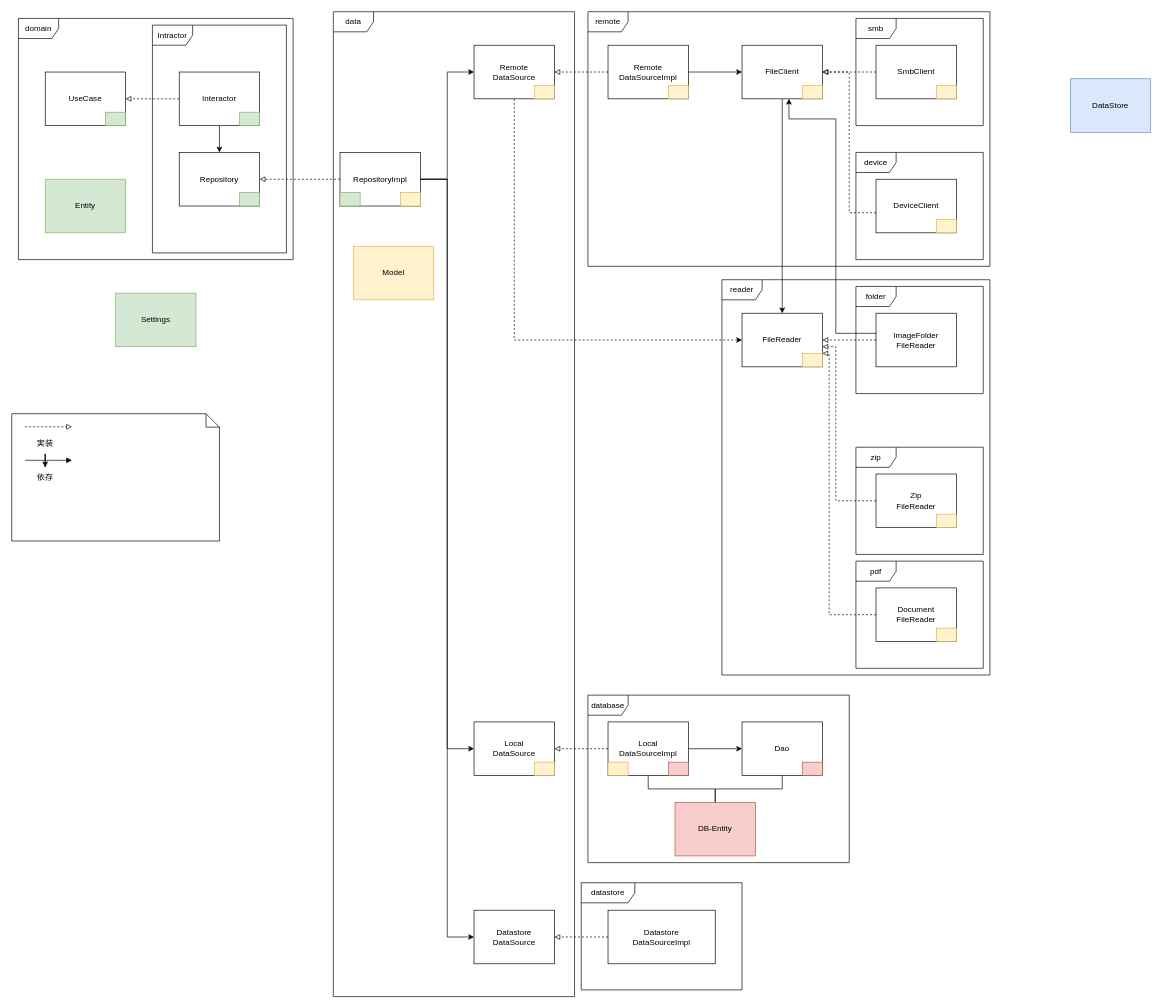
Before: docs/architecture.drawio in SorrowBlue/remove_history, a draw.io diagram. Source tidied: cells renumbered, new cells numbered last; positions are measured from the earlier drawing's top-left corner, leaving out a move shared by most shapes. Both pictures are drawn from the tidied source at 67%, with x=0, y=0 at pixel (11, 11).
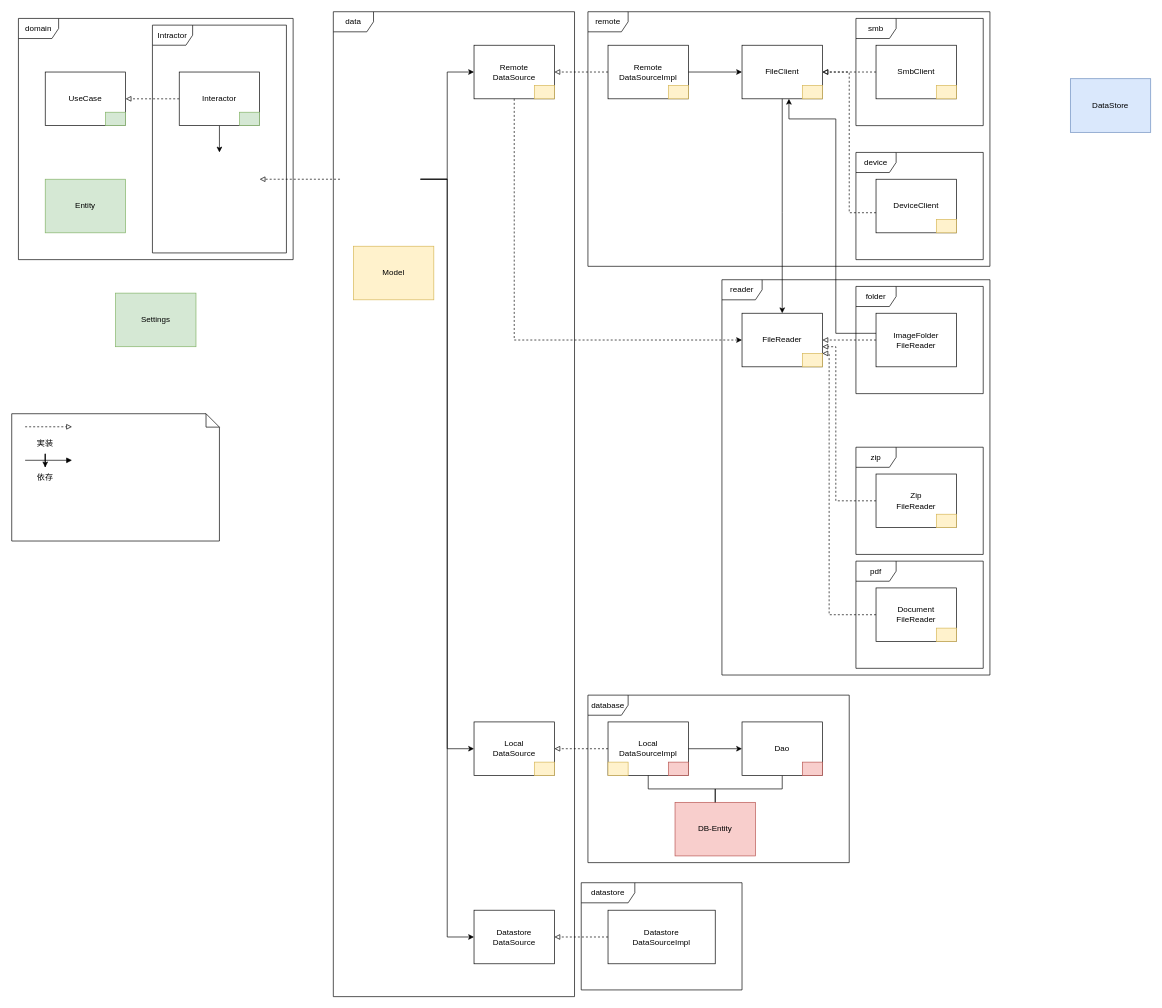
Above is the later version.

The change refers to these unchanged cells:
```xml
<mxCell id="13" value="Interactor" style="rounded=0;whiteSpace=wrap;html=1;" parent="1" vertex="1">
  <mxGeometry x="250" y="90" width="120" height="80" as="geometry" />
</mxCell>
<mxCell id="17" value="Remote&lt;br&gt;DataSource" style="rounded=0;whiteSpace=wrap;html=1;" parent="1" vertex="1">
  <mxGeometry x="690" y="50" width="120" height="80" as="geometry" />
</mxCell>
<mxCell id="18" value="Local&lt;br&gt;DataSource" style="rounded=0;whiteSpace=wrap;html=1;" parent="1" vertex="1">
  <mxGeometry x="690" y="1060" width="120" height="80" as="geometry" />
</mxCell>
<mxCell id="72" value="Datastore&lt;br&gt;DataSource" style="rounded=0;whiteSpace=wrap;html=1;" parent="1" vertex="1">
  <mxGeometry x="690" y="1341" width="120" height="80" as="geometry" />
</mxCell>
```

Diff of the diagram source:
```diff
@@
-    <mxCell id="12" style="edgeStyle=orthogonalEdgeStyle;rounded=0;jettySize=auto;html=1;" parent="1" edge="1" source="13" target="14">
-      <mxGeometry relative="1" as="geometry" />
+    <mxCell id="12" style="edgeStyle=orthogonalEdgeStyle;rounded=0;jettySize=auto;html=1;" parent="1" edge="1" source="13">
+      <mxGeometry relative="1" as="geometry">
+        <mxPoint x="310" y="210" as="targetPoint" />
+      </mxGeometry>
     </mxCell>
@@
-    <mxCell id="14" value="Repository" style="rounded=0;whiteSpace=wrap;html=1;" parent="1" vertex="1">
-      <mxGeometry x="250" y="210" width="120" height="80" as="geometry" />
-    </mxCell>
-    <mxCell id="15" style="edgeStyle=orthogonalEdgeStyle;rounded=0;jettySize=auto;html=1;dashed=1;entryX=1;entryY=0.5;entryDx=0;entryDy=0;endArrow=block;endFill=0;" parent="1" edge="1" source="16" target="14">
-      <mxGeometry relative="1" as="geometry" />
+    <mxCell id="15" style="edgeStyle=orthogonalEdgeStyle;rounded=0;orthogonalLoop=1;jettySize=auto;html=1;dashed=1;entryX=1;entryY=0.5;entryDx=0;entryDy=0;endArrow=block;endFill=0;" parent="1" edge="1">
+      <mxGeometry relative="1" as="geometry">
+        <mxPoint x="490" y="250" as="sourcePoint" />
+        <mxPoint x="370" y="250" as="targetPoint" />
+      </mxGeometry>
     </mxCell>
-    <mxCell id="16" value="RepositoryImpl" style="rounded=0;whiteSpace=wrap;html=1;" parent="1" vertex="1">
-      <mxGeometry x="490" y="210" width="120" height="80" as="geometry" />
-    </mxCell>
@@
-    <mxCell id="19" style="edgeStyle=orthogonalEdgeStyle;rounded=0;jettySize=auto;html=1;exitX=1;exitY=0.5;exitDx=0;exitDy=0;" parent="1" edge="1" source="16" target="17">
+    <mxCell id="19" style="edgeStyle=orthogonalEdgeStyle;rounded=0;jettySize=auto;html=1;exitX=1;exitY=0.5;exitDx=0;exitDy=0;" parent="1" edge="1" target="17">
       <mxGeometry relative="1" as="geometry">
+        <mxPoint x="610" y="250" as="sourcePoint" />
         <Array as="points">
           <mxPoint x="650" y="250" />
           <mxPoint x="650" y="90" />
         </Array>
       </mxGeometry>
     </mxCell>
-    <mxCell id="20" style="edgeStyle=orthogonalEdgeStyle;rounded=0;jettySize=auto;html=1;" parent="1" edge="1" source="16" target="18">
+    <mxCell id="20" style="edgeStyle=orthogonalEdgeStyle;rounded=0;jettySize=auto;html=1;" parent="1" edge="1" target="18">
       <mxGeometry relative="1" as="geometry">
+        <mxPoint x="610" y="250" as="sourcePoint" />
         <Array as="points">
           <mxPoint x="650" y="250" />
           <mxPoint x="650" y="1100" />
         </Array>
       </mxGeometry>
     </mxCell>
@@
-    <mxCell id="54" style="rounded=0;whiteSpace=wrap;html=1;fillColor=#d5e8d4;strokeColor=#82b366;" parent="1" vertex="1">
-      <mxGeometry x="340" y="270" width="30" height="20" as="geometry" />
-    </mxCell>
-    <mxCell id="55" style="rounded=0;whiteSpace=wrap;html=1;fillColor=#d5e8d4;strokeColor=#82b366;" parent="1" vertex="1">
-      <mxGeometry x="490" y="270" width="30" height="20" as="geometry" />
-    </mxCell>
@@
-    <mxCell id="57" style="rounded=0;whiteSpace=wrap;html=1;fillColor=#fff2cc;strokeColor=#d6b656;" parent="1" vertex="1">
-      <mxGeometry x="580" y="270" width="30" height="20" as="geometry" />
-    </mxCell>
@@
-    <mxCell id="74" style="edgeStyle=orthogonalEdgeStyle;rounded=0;jettySize=auto;html=1;" parent="1" edge="1" source="16" target="72">
+    <mxCell id="74" style="edgeStyle=orthogonalEdgeStyle;rounded=0;jettySize=auto;html=1;" parent="1" edge="1" target="72">
       <mxGeometry relative="1" as="geometry">
+        <mxPoint x="610" y="250" as="sourcePoint" />
         <Array as="points">
           <mxPoint x="650" y="250" />
           <mxPoint x="650" y="1381" />
         </Array>
       </mxGeometry>
     </mxCell>
```
